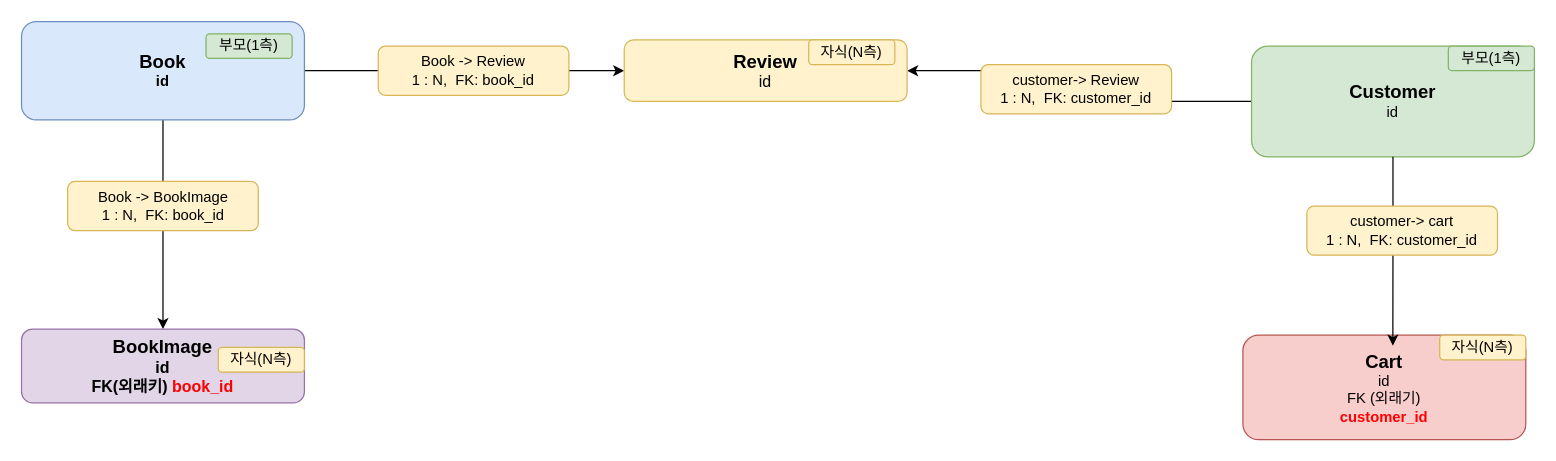
The draw.io diagram page "엔티티와 엔티티 관계 표시" (3 of 4) of Phase4_Spring/02_SpringNote/HomeTOP 프로젝트 가이드.drawio in jfbootcamp/jf-job-prep-bootcamp, before the edit. Source tidied: cells renumbered, new cells numbered last; positions are measured from the earlier drawing's top-left corner, leaving out a move shared by most shapes. Both pictures are drawn from the tidied source at 123%, with x=0, y=0 at pixel (21, 21).
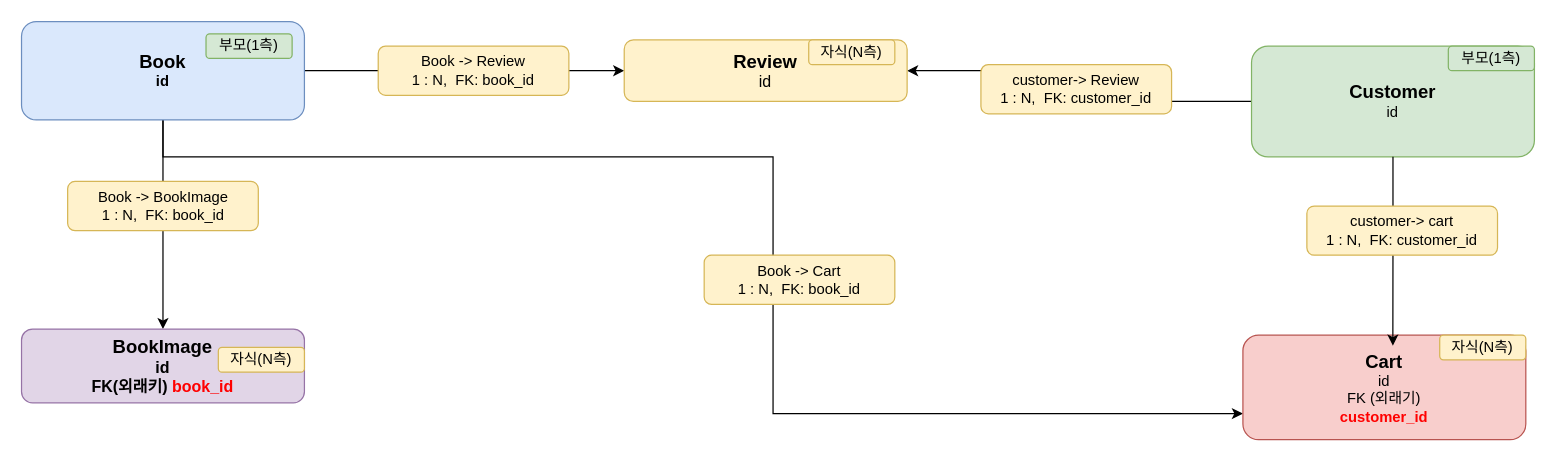
The same diagram, later.

Unchanged cells that the change refers to:
```xml
<mxCell id="4" value="&lt;b&gt;&lt;font style=&quot;font-size: 15px;&quot;&gt;Book&lt;/font&gt;&lt;/b&gt;&lt;div&gt;&lt;b&gt;&lt;font&gt;id&lt;/font&gt;&lt;/b&gt;&lt;/div&gt;" style="rounded=1;whiteSpace=wrap;html=1;fillColor=#dae8fc;strokeColor=#6c8ebf;" parent="1" vertex="1">
  <mxGeometry width="230" height="80" as="geometry" />
</mxCell>
<mxCell id="8" value="&lt;b&gt;&lt;font style=&quot;font-size: 15px;&quot;&gt;Cart&lt;/font&gt;&lt;/b&gt;&lt;div&gt;&lt;font&gt;id&lt;/font&gt;&lt;/div&gt;&lt;div&gt;FK (외래기)&lt;/div&gt;&lt;div&gt;&lt;font style=&quot;color: rgb(255, 0, 0);&quot;&gt;&lt;b&gt;customer_id&lt;/b&gt;&lt;/font&gt;&lt;/div&gt;" style="rounded=1;whiteSpace=wrap;html=1;fillColor=#f8cecc;strokeColor=#b85450;" parent="1" vertex="1">
  <mxGeometry x="993" y="255" width="230" height="85" as="geometry" />
</mxCell>
```

Change to the diagram source:
```diff
@@
+    <mxCell id="20" style="edgeStyle=orthogonalEdgeStyle;rounded=0;jettySize=auto;html=1;entryX=0;entryY=0.75;entryDx=0;entryDy=0;" parent="1" edge="1" source="4" target="8">
+      <mxGeometry relative="1" as="geometry">
+        <Array as="points">
+          <mxPoint x="115" y="110" />
+          <mxPoint x="611" y="110" />
+          <mxPoint x="611" y="319" />
+        </Array>
+      </mxGeometry>
+    </mxCell>
@@
+    <mxCell id="21" value="Book -&amp;gt; Cart&lt;div&gt;1 : N,&amp;nbsp; FK: book_id&lt;/div&gt;" style="rounded=1;whiteSpace=wrap;html=1;fillColor=#fff2cc;strokeColor=#d6b656;" parent="1" vertex="1">
+      <mxGeometry x="555" y="190" width="155" height="40" as="geometry" />
+    </mxCell>
```
